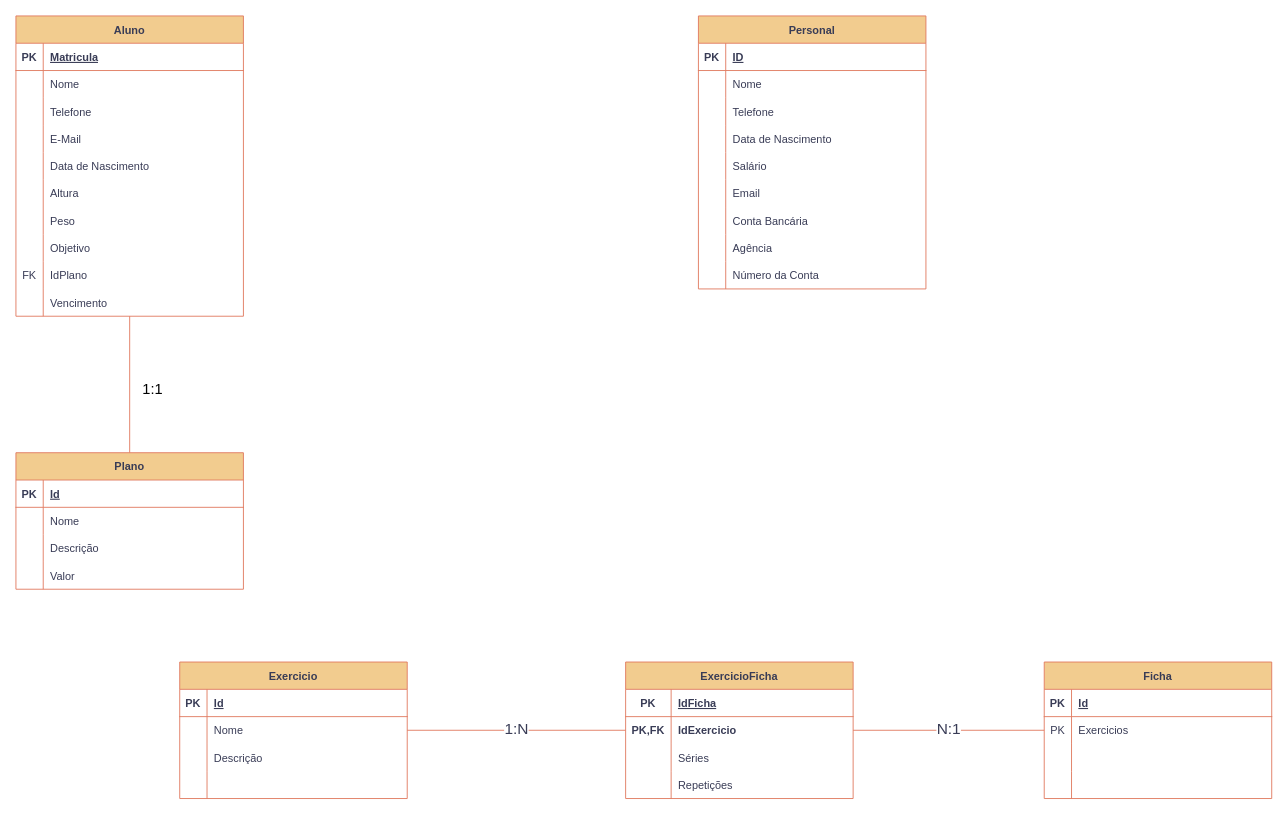
This is GymApp.drawio from luiz-henrique-ag/gym-app, a draw.io file, before an edit. Source tidied: cells renumbered, new cells numbered last; positions are measured from the earlier drawing's top-left corner, leaving out a move shared by most shapes. Both pictures are drawn from the tidied source at 91%, with x=0, y=0 at pixel (15, 15).
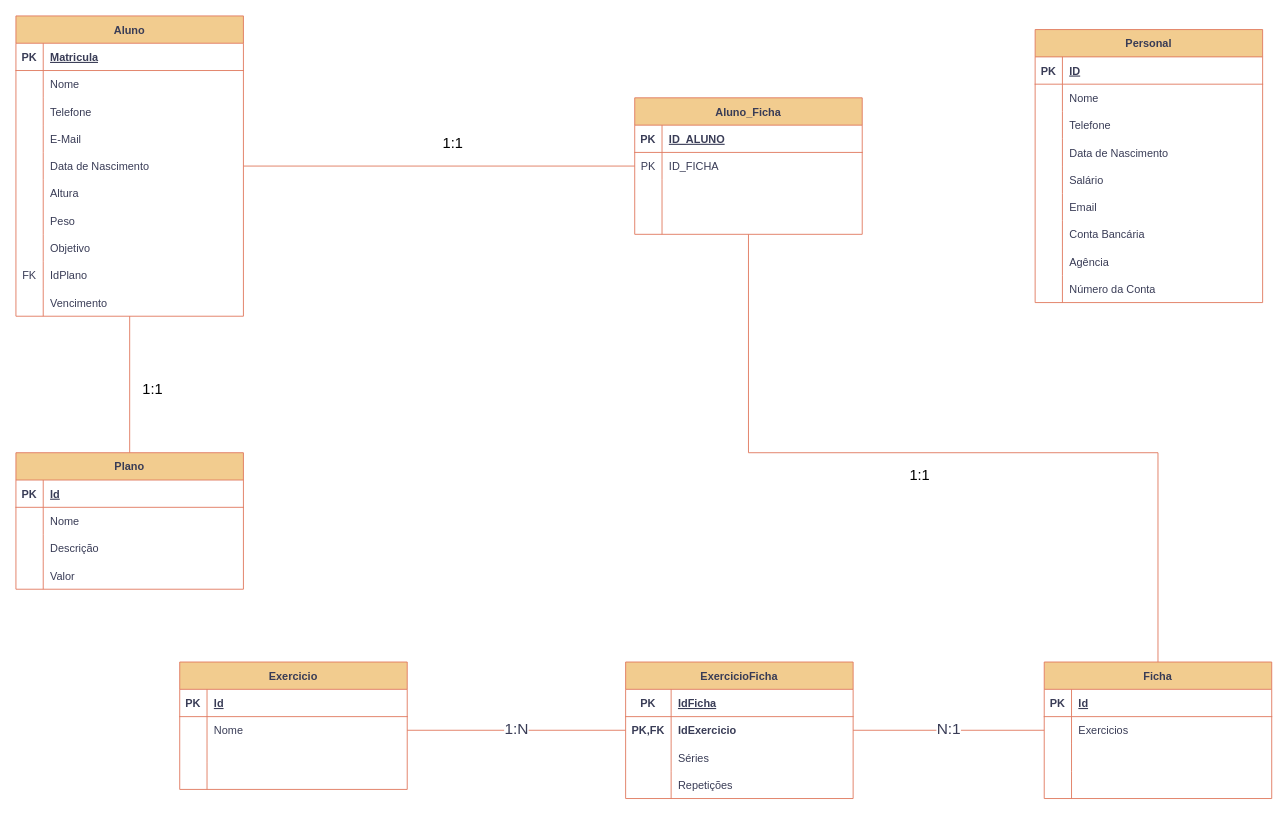
After the change.

The change refers to these unchanged cells:
```xml
<mxCell id="44" value="Aluno" style="shape=table;startSize=30;childLayout=tableLayout;rowLines=0;fontStyle=1;align=center;labelBackgroundColor=none;fillColor=#F2CC8F;strokeColor=#E07A5F;fontColor=#393C56;" parent="1" vertex="1">
  <mxGeometry width="250" height="330" as="geometry" />
</mxCell>
<mxCell id="101" value="Ficha" style="shape=table;startSize=30;childLayout=tableLayout;rowLines=0;fontStyle=1;align=center;labelBackgroundColor=none;fillColor=#F2CC8F;strokeColor=#E07A5F;fontColor=#393C56;" parent="1" vertex="1">
  <mxGeometry x="1130" y="710" width="250" height="150" as="geometry" />
</mxCell>
<mxCell id="105" style="shape=partialRectangle;fillColor=none;top=0;left=0;right=0;bottom=0;labelBackgroundColor=none;strokeColor=#E07A5F;fontColor=#393C56;" parent="101" vertex="1">
  <mxGeometry y="60" width="250" height="30" as="geometry" />
</mxCell>
```

Change to the diagram source:
```diff
@@
     <mxCell id="2" value="Personal" style="shape=table;startSize=30;childLayout=tableLayout;rowLines=0;fontStyle=1;align=center;labelBackgroundColor=none;fillColor=#F2CC8F;strokeColor=#E07A5F;fontColor=#393C56;" parent="1" vertex="1">
-      <mxGeometry x="750" width="250" height="300" as="geometry" />
+      <mxGeometry x="1120" y="15" width="250" height="300" as="geometry" />
     </mxCell>
@@
     <mxCell id="75" value="Exercicio" style="shape=table;startSize=30;childLayout=tableLayout;rowLines=0;fontStyle=1;align=center;labelBackgroundColor=none;fillColor=#F2CC8F;strokeColor=#E07A5F;fontColor=#393C56;" parent="1" vertex="1">
-      <mxGeometry x="180" y="710" width="250" height="150" as="geometry" />
+      <mxGeometry x="180" y="710" width="250" height="140" as="geometry" />
     </mxCell>
@@
     <mxCell id="82" style="shape=partialRectangle;fillColor=none;top=0;left=0;right=0;bottom=0;labelBackgroundColor=none;strokeColor=#E07A5F;fontColor=#393C56;" parent="75" vertex="1">
-      <mxGeometry y="90" width="250" height="30" as="geometry" />
+      <mxGeometry y="90" width="250" height="20" as="geometry" />
     </mxCell>
     <mxCell id="83" style="shape=partialRectangle;overflow=hidden;fillColor=none;top=0;left=0;bottom=0;right=0;labelBackgroundColor=none;strokeColor=#E07A5F;fontColor=#393C56;" parent="82" vertex="1">
-      <mxGeometry width="30" height="30" as="geometry" />
+      <mxGeometry width="30" height="20" as="geometry" />
     </mxCell>
-    <mxCell id="84" value="Descrição" style="shape=partialRectangle;overflow=hidden;fillColor=none;top=0;left=0;bottom=0;right=0;align=left;spacingLeft=6;labelBackgroundColor=none;strokeColor=#E07A5F;fontColor=#393C56;" parent="82" vertex="1">
-      <mxGeometry x="30" width="220" height="30" as="geometry" />
+    <mxCell id="84" style="shape=partialRectangle;overflow=hidden;fillColor=none;top=0;left=0;bottom=0;right=0;align=left;spacingLeft=6;labelBackgroundColor=none;strokeColor=#E07A5F;fontColor=#393C56;" parent="82" vertex="1">
+      <mxGeometry x="30" width="220" height="20" as="geometry" />
     </mxCell>
     <mxCell id="85" style="shape=partialRectangle;fillColor=none;top=0;left=0;right=0;bottom=0;labelBackgroundColor=none;strokeColor=#E07A5F;fontColor=#393C56;" parent="75" vertex="1">
-      <mxGeometry y="120" width="250" height="30" as="geometry" />
+      <mxGeometry y="110" width="250" height="30" as="geometry" />
     </mxCell>
@@
-    <mxCell id="106" value="PK" style="shape=partialRectangle;overflow=hidden;fillColor=none;top=0;left=0;bottom=0;right=0;labelBackgroundColor=none;strokeColor=#E07A5F;fontColor=#393C56;" parent="105" vertex="1">
+    <mxCell id="106" style="shape=partialRectangle;overflow=hidden;fillColor=none;top=0;left=0;bottom=0;right=0;labelBackgroundColor=none;strokeColor=#E07A5F;fontColor=#393C56;" parent="105" vertex="1">
       <mxGeometry width="30" height="30" as="geometry" />
     </mxCell>
@@
+    <mxCell id="116" value="Aluno_Ficha" style="shape=table;startSize=30;childLayout=tableLayout;rowLines=0;fontStyle=1;align=center;labelBackgroundColor=none;fillColor=#F2CC8F;strokeColor=#E07A5F;fontColor=#393C56;" parent="1" vertex="1">
+      <mxGeometry x="680" y="90" width="250" height="150" as="geometry" />
+    </mxCell>
+    <mxCell id="117" style="shape=partialRectangle;fillColor=none;top=0;left=0;right=0;bottom=1;labelBackgroundColor=none;strokeColor=#E07A5F;fontColor=#393C56;" parent="116" vertex="1">
+      <mxGeometry y="30" width="250" height="30" as="geometry" />
+    </mxCell>
+    <mxCell id="118" value="PK" style="shape=partialRectangle;overflow=hidden;fillColor=none;top=0;left=0;bottom=0;right=0;fontStyle=1;labelBackgroundColor=none;strokeColor=#E07A5F;fontColor=#393C56;" parent="117" vertex="1">
+      <mxGeometry width="30" height="30" as="geometry" />
+    </mxCell>
+    <mxCell id="119" value="ID_ALUNO" style="shape=partialRectangle;overflow=hidden;fillColor=none;top=0;left=0;bottom=0;right=0;align=left;spacingLeft=6;fontStyle=5;labelBackgroundColor=none;strokeColor=#E07A5F;fontColor=#393C56;" parent="117" vertex="1">
+      <mxGeometry x="30" width="220" height="30" as="geometry" />
+    </mxCell>
+    <mxCell id="120" style="shape=partialRectangle;fillColor=none;top=0;left=0;right=0;bottom=0;labelBackgroundColor=none;strokeColor=#E07A5F;fontColor=#393C56;" parent="116" vertex="1">
+      <mxGeometry y="60" width="250" height="30" as="geometry" />
+    </mxCell>
+    <mxCell id="121" value="PK" style="shape=partialRectangle;overflow=hidden;fillColor=none;top=0;left=0;bottom=0;right=0;labelBackgroundColor=none;strokeColor=#E07A5F;fontColor=#393C56;" parent="120" vertex="1">
+      <mxGeometry width="30" height="30" as="geometry" />
+    </mxCell>
+    <mxCell id="122" value="ID_FICHA" style="shape=partialRectangle;overflow=hidden;fillColor=none;top=0;left=0;bottom=0;right=0;align=left;spacingLeft=6;labelBackgroundColor=none;strokeColor=#E07A5F;fontColor=#393C56;" parent="120" vertex="1">
+      <mxGeometry x="30" width="220" height="30" as="geometry" />
+    </mxCell>
+    <mxCell id="123" style="shape=partialRectangle;fillColor=none;top=0;left=0;right=0;bottom=0;labelBackgroundColor=none;strokeColor=#E07A5F;fontColor=#393C56;" parent="116" vertex="1">
+      <mxGeometry y="90" width="250" height="30" as="geometry" />
+    </mxCell>
+    <mxCell id="124" style="shape=partialRectangle;overflow=hidden;fillColor=none;top=0;left=0;bottom=0;right=0;labelBackgroundColor=none;strokeColor=#E07A5F;fontColor=#393C56;" parent="123" vertex="1">
+      <mxGeometry width="30" height="30" as="geometry" />
+    </mxCell>
+    <mxCell id="125" style="shape=partialRectangle;overflow=hidden;fillColor=none;top=0;left=0;bottom=0;right=0;align=left;spacingLeft=6;labelBackgroundColor=none;strokeColor=#E07A5F;fontColor=#393C56;" parent="123" vertex="1">
+      <mxGeometry x="30" width="220" height="30" as="geometry" />
+    </mxCell>
+    <mxCell id="126" style="shape=partialRectangle;fillColor=none;top=0;left=0;right=0;bottom=0;labelBackgroundColor=none;strokeColor=#E07A5F;fontColor=#393C56;" parent="116" vertex="1">
+      <mxGeometry y="120" width="250" height="30" as="geometry" />
+    </mxCell>
+    <mxCell id="127" style="shape=partialRectangle;overflow=hidden;fillColor=none;top=0;left=0;bottom=0;right=0;labelBackgroundColor=none;strokeColor=#E07A5F;fontColor=#393C56;" parent="126" vertex="1">
+      <mxGeometry width="30" height="30" as="geometry" />
+    </mxCell>
+    <mxCell id="128" style="shape=partialRectangle;overflow=hidden;fillColor=none;top=0;left=0;bottom=0;right=0;align=left;spacingLeft=6;labelBackgroundColor=none;strokeColor=#E07A5F;fontColor=#393C56;" parent="126" vertex="1">
+      <mxGeometry x="30" width="220" height="30" as="geometry" />
+    </mxCell>
+    <mxCell id="129" value="&lt;font style=&quot;font-size: 16px;&quot;&gt;1:1&lt;/font&gt;" style="edgeStyle=orthogonalEdgeStyle;rounded=0;jettySize=auto;html=1;endArrow=none;endFill=0;labelBackgroundColor=none;strokeColor=#E07A5F;fontColor=default;" parent="1" edge="1" source="116" target="44">
+      <mxGeometry x="-0.07" y="-25" relative="1" as="geometry" />
+    </mxCell>
+    <mxCell id="130" value="&lt;font style=&quot;font-size: 16px;&quot;&gt;1:1&lt;/font&gt;" style="edgeStyle=orthogonalEdgeStyle;rounded=0;jettySize=auto;html=1;endArrow=none;endFill=0;labelBackgroundColor=none;strokeColor=#E07A5F;fontColor=default;" parent="1" edge="1" source="116" target="101">
+      <mxGeometry x="-0.07" y="-25" relative="1" as="geometry">
+        <Array as="points">
+          <mxPoint x="805" y="480" />
+          <mxPoint x="1255" y="480" />
+        </Array>
+      </mxGeometry>
+    </mxCell>
```
